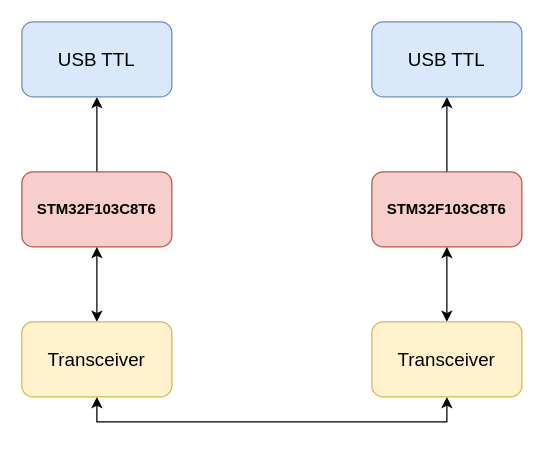
The draw.io diagram DeviceNetworkCANBlock.drawio in lukas0173/Draw.io, before the edit. Source tidied: cells renumbered, new cells numbered last; positions are measured from the earlier drawing's top-left corner, leaving out a move shared by most shapes. Both pictures are drawn from the tidied source at 125%, with x=0, y=0 at pixel (21, 21).
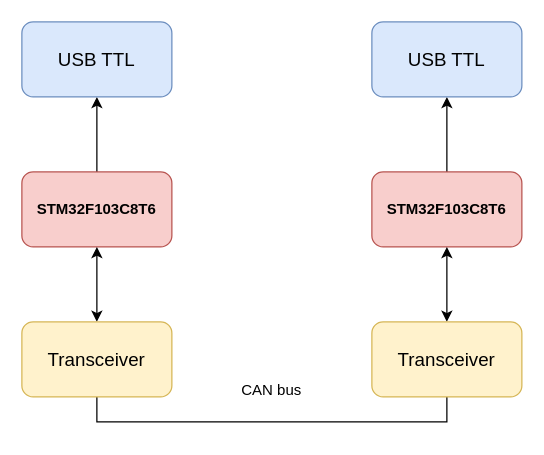
The same diagram, later.

Change to the diagram source:
```diff
@@
 <mxGraphModel>
   <root>
     <mxCell id="0" />
     <mxCell id="1" parent="0" />
     <mxCell id="2" style="edgeStyle=orthogonalEdgeStyle;rounded=0;jettySize=auto;html=1;" parent="1" edge="1" source="3" target="11">
       <mxGeometry relative="1" as="geometry" />
     </mxCell>
     <mxCell id="3" value="STM32F103C8T6" style="rounded=1;whiteSpace=wrap;html=1;fontStyle=1;fillColor=#f8cecc;strokeColor=#b85450;" parent="1" vertex="1">
       <mxGeometry y="120" width="120" height="60" as="geometry" />
     </mxCell>
     <mxCell id="4" style="edgeStyle=orthogonalEdgeStyle;rounded=0;jettySize=auto;html=1;" parent="1" edge="1" source="5" target="12">
       <mxGeometry relative="1" as="geometry" />
     </mxCell>
     <mxCell id="5" value="STM32F103C8T6" style="rounded=1;whiteSpace=wrap;html=1;fontStyle=1;fillColor=#f8cecc;strokeColor=#b85450;" parent="1" vertex="1">
       <mxGeometry x="280" y="120" width="120" height="60" as="geometry" />
     </mxCell>
-    <mxCell id="6" style="edgeStyle=orthogonalEdgeStyle;rounded=0;jettySize=auto;html=1;entryX=0.5;entryY=1;entryDx=0;entryDy=0;startArrow=classic;startFill=1;exitX=0.5;exitY=1;exitDx=0;exitDy=0;" parent="1" edge="1" source="8" target="10">
+    <mxCell id="6" style="edgeStyle=orthogonalEdgeStyle;rounded=0;jettySize=auto;html=1;entryX=0.5;entryY=1;entryDx=0;entryDy=0;startArrow=none;startFill=0;exitX=0.5;exitY=1;exitDx=0;exitDy=0;endArrow=none;" parent="1" edge="1" source="8" target="10">
       <mxGeometry relative="1" as="geometry">
         <Array as="points">
           <mxPoint x="60" y="320" />
           <mxPoint x="340" y="320" />
         </Array>
       </mxGeometry>
     </mxCell>
     <mxCell id="7" style="edgeStyle=orthogonalEdgeStyle;rounded=0;jettySize=auto;html=1;startArrow=classic;startFill=1;" parent="1" edge="1" source="8" target="3">
       <mxGeometry relative="1" as="geometry" />
     </mxCell>
     <mxCell id="8" value="Transceiver" style="rounded=1;whiteSpace=wrap;html=1;fontStyle=0;fontSize=15;fillColor=#fff2cc;strokeColor=#d6b656;" parent="1" vertex="1">
       <mxGeometry y="240" width="120" height="60" as="geometry" />
     </mxCell>
     <mxCell id="9" style="edgeStyle=orthogonalEdgeStyle;rounded=0;jettySize=auto;html=1;startArrow=classic;startFill=1;" parent="1" edge="1" source="10" target="5">
       <mxGeometry relative="1" as="geometry" />
     </mxCell>
     <mxCell id="10" value="Transceiver" style="rounded=1;whiteSpace=wrap;html=1;fontStyle=0;fontSize=15;fillColor=#fff2cc;strokeColor=#d6b656;" parent="1" vertex="1">
       <mxGeometry x="280" y="240" width="120" height="60" as="geometry" />
     </mxCell>
     <mxCell id="11" value="USB TTL" style="rounded=1;whiteSpace=wrap;html=1;fontStyle=0;fontSize=15;fillColor=#dae8fc;strokeColor=#6c8ebf;" parent="1" vertex="1">
       <mxGeometry width="120" height="60" as="geometry" />
     </mxCell>
     <mxCell id="12" value="USB TTL" style="rounded=1;whiteSpace=wrap;html=1;fontStyle=0;fontSize=15;fillColor=#dae8fc;strokeColor=#6c8ebf;" parent="1" vertex="1">
       <mxGeometry x="280" width="120" height="60" as="geometry" />
     </mxCell>
+    <mxCell id="13" value="CAN bus" style="text;html=1;align=center;verticalAlign=middle;whiteSpace=wrap;rounded=0;" parent="1" vertex="1">
+      <mxGeometry x="170" y="280" width="60" height="30" as="geometry" />
+    </mxCell>
   </root>
 </mxGraphModel>
```
